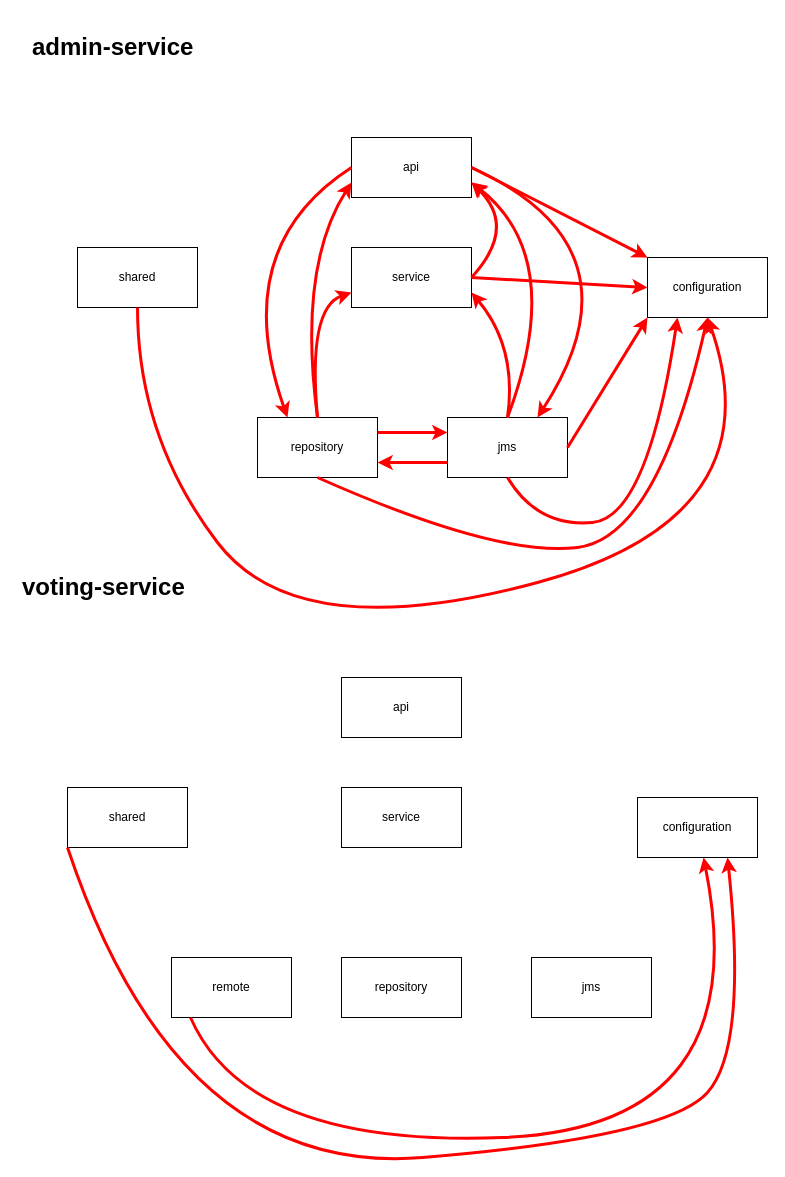
ylked/voting-app keeps this draw.io diagram as page "dépendances" (6 of 7) of documentation/voting-app.drawio. Above is the earlier version. Source tidied: cells renumbered, new cells numbered last; positions are measured from the earlier drawing's top-left corner, leaving out a move shared by most shapes. Both pictures are drawn from the tidied source at 100%, with x=0, y=0 at pixel (17, 27).
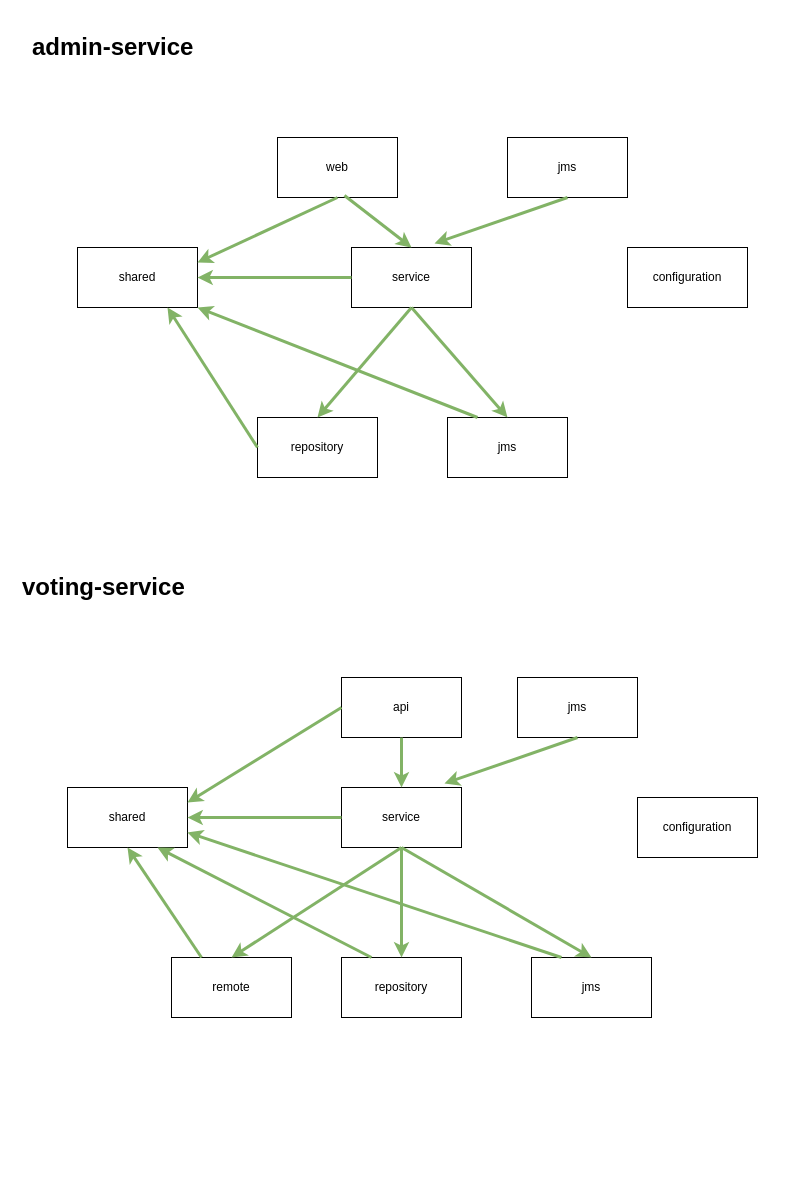
The same diagram, later.

The change refers to these unchanged cells:
```xml
<mxCell id="3" value="service" style="rounded=0;whiteSpace=wrap;html=1;" parent="1" vertex="1">
  <mxGeometry x="334" y="220" width="120" height="60" as="geometry" />
</mxCell>
<mxCell id="4" value="repository" style="rounded=0;whiteSpace=wrap;html=1;" parent="1" vertex="1">
  <mxGeometry x="240" y="390" width="120" height="60" as="geometry" />
</mxCell>
<mxCell id="5" value="jms" style="rounded=0;whiteSpace=wrap;html=1;" parent="1" vertex="1">
  <mxGeometry x="430" y="390" width="120" height="60" as="geometry" />
</mxCell>
<mxCell id="6" value="shared" style="rounded=0;whiteSpace=wrap;html=1;" parent="1" vertex="1">
  <mxGeometry x="60" y="220" width="120" height="60" as="geometry" />
</mxCell>
<mxCell id="9" value="api" style="rounded=0;whiteSpace=wrap;html=1;" parent="1" vertex="1">
  <mxGeometry x="324" y="650" width="120" height="60" as="geometry" />
</mxCell>
<mxCell id="10" value="service" style="rounded=0;whiteSpace=wrap;html=1;" parent="1" vertex="1">
  <mxGeometry x="324" y="760" width="120" height="60" as="geometry" />
</mxCell>
<mxCell id="11" value="repository" style="rounded=0;whiteSpace=wrap;html=1;" parent="1" vertex="1">
  <mxGeometry x="324" y="930" width="120" height="60" as="geometry" />
</mxCell>
<mxCell id="12" value="jms" style="rounded=0;whiteSpace=wrap;html=1;" parent="1" vertex="1">
  <mxGeometry x="514" y="930" width="120" height="60" as="geometry" />
</mxCell>
<mxCell id="13" value="shared" style="rounded=0;whiteSpace=wrap;html=1;" parent="1" vertex="1">
  <mxGeometry x="50" y="760" width="120" height="60" as="geometry" />
</mxCell>
<mxCell id="14" value="configuration" style="rounded=0;whiteSpace=wrap;html=1;" parent="1" vertex="1">
  <mxGeometry x="620" y="770" width="120" height="60" as="geometry" />
</mxCell>
<mxCell id="16" value="remote" style="rounded=0;whiteSpace=wrap;html=1;" parent="1" vertex="1">
  <mxGeometry x="154" y="930" width="120" height="60" as="geometry" />
</mxCell>
```

What changed in the source:
```diff
@@
-    <mxCell id="2" value="api" style="rounded=0;whiteSpace=wrap;html=1;" parent="1" vertex="1">
-      <mxGeometry x="334" y="110" width="120" height="60" as="geometry" />
+    <mxCell id="2" value="web" style="rounded=0;whiteSpace=wrap;html=1;" parent="1" vertex="1">
+      <mxGeometry x="260" y="110" width="120" height="60" as="geometry" />
     </mxCell>
@@
     <mxCell id="7" value="configuration" style="rounded=0;whiteSpace=wrap;html=1;" parent="1" vertex="1">
-      <mxGeometry x="630" y="230" width="120" height="60" as="geometry" />
+      <mxGeometry x="610" y="220" width="120" height="60" as="geometry" />
     </mxCell>
@@
-    <mxCell id="17" parent="0" />
-    <mxCell id="18" style="endArrow=classic;html=1;rounded=0;exitX=1;exitY=0.5;exitDx=0;exitDy=0;entryX=0.75;entryY=0;entryDx=0;entryDy=0;curved=1;strokeColor=#FF0000;strokeWidth=3;" parent="17" edge="1">
-      <mxGeometry relative="1" as="geometry">
-        <mxPoint x="454" y="140" as="sourcePoint" />
-        <mxPoint x="520" y="390" as="targetPoint" />
-        <Array as="points">
-          <mxPoint x="630" y="220" />
-        </Array>
-      </mxGeometry>
-    </mxCell>
-    <mxCell id="19" style="endArrow=classic;html=1;rounded=0;exitX=0;exitY=0.5;exitDx=0;exitDy=0;entryX=0.25;entryY=0;entryDx=0;entryDy=0;fillColor=#f8cecc;strokeColor=#FF0000;curved=1;strokeWidth=3;" parent="17" edge="1">
-      <mxGeometry relative="1" as="geometry">
-        <mxPoint x="334" y="140" as="sourcePoint" />
-        <mxPoint x="270" y="390" as="targetPoint" />
-        <Array as="points">
-          <mxPoint x="210" y="220" />
-        </Array>
-      </mxGeometry>
-    </mxCell>
-    <mxCell id="20" style="endArrow=classic;html=1;rounded=0;exitX=1;exitY=0.5;exitDx=0;exitDy=0;entryX=1;entryY=0.75;entryDx=0;entryDy=0;strokeColor=#FF0000;curved=1;strokeWidth=3;" parent="17" edge="1">
-      <mxGeometry relative="1" as="geometry">
-        <mxPoint x="454" y="250" as="sourcePoint" />
-        <mxPoint x="454" y="155" as="targetPoint" />
-        <Array as="points">
-          <mxPoint x="500" y="200" />
-        </Array>
-      </mxGeometry>
-    </mxCell>
-    <mxCell id="21" style="endArrow=classic;html=1;rounded=0;exitX=0.5;exitY=0;exitDx=0;exitDy=0;entryX=0;entryY=0.75;entryDx=0;entryDy=0;strokeColor=#FF0000;curved=1;strokeWidth=3;" parent="17" edge="1">
-      <mxGeometry relative="1" as="geometry">
-        <mxPoint x="300" y="390" as="sourcePoint" />
-        <mxPoint x="334" y="265" as="targetPoint" />
-        <Array as="points">
-          <mxPoint x="290" y="280" />
-        </Array>
-      </mxGeometry>
-    </mxCell>
-    <mxCell id="22" style="endArrow=classic;html=1;rounded=0;entryX=0;entryY=0.75;entryDx=0;entryDy=0;curved=1;strokeColor=#FF0000;strokeWidth=3;" parent="17" edge="1">
-      <mxGeometry relative="1" as="geometry">
-        <mxPoint x="300" y="390" as="sourcePoint" />
-        <mxPoint x="334" y="155" as="targetPoint" />
-        <Array as="points">
-          <mxPoint x="280" y="240" />
-        </Array>
-      </mxGeometry>
-    </mxCell>
-    <mxCell id="23" style="endArrow=classic;html=1;rounded=0;entryX=0;entryY=0.25;entryDx=0;entryDy=0;exitX=1;exitY=0.25;exitDx=0;exitDy=0;strokeColor=#FF0000;strokeWidth=3;" parent="17" edge="1">
-      <mxGeometry relative="1" as="geometry">
-        <mxPoint x="360" y="405" as="sourcePoint" />
-        <mxPoint x="430" y="405" as="targetPoint" />
-      </mxGeometry>
-    </mxCell>
-    <mxCell id="24" style="endArrow=classic;html=1;rounded=0;exitX=0;exitY=0.75;exitDx=0;exitDy=0;entryX=1;entryY=0.75;entryDx=0;entryDy=0;strokeColor=#FF0000;strokeWidth=3;" parent="17" edge="1">
-      <mxGeometry relative="1" as="geometry">
-        <mxPoint x="430" y="435" as="sourcePoint" />
-        <mxPoint x="360" y="435" as="targetPoint" />
-      </mxGeometry>
-    </mxCell>
-    <mxCell id="25" style="endArrow=classic;html=1;rounded=0;exitX=0.5;exitY=0;exitDx=0;exitDy=0;entryX=1;entryY=0.75;entryDx=0;entryDy=0;strokeColor=#FF0000;curved=1;strokeWidth=3;" parent="17" edge="1">
-      <mxGeometry relative="1" as="geometry">
-        <mxPoint x="490" y="390" as="sourcePoint" />
-        <mxPoint x="454" y="265" as="targetPoint" />
-        <Array as="points">
-          <mxPoint x="500" y="320" />
-        </Array>
-      </mxGeometry>
-    </mxCell>
-    <mxCell id="26" style="endArrow=classic;html=1;rounded=0;exitX=0.5;exitY=0;exitDx=0;exitDy=0;entryX=1;entryY=0.75;entryDx=0;entryDy=0;strokeColor=#FF0000;curved=1;strokeWidth=3;" parent="17" edge="1">
-      <mxGeometry relative="1" as="geometry">
-        <mxPoint x="490" y="390" as="sourcePoint" />
-        <mxPoint x="454" y="155" as="targetPoint" />
-        <Array as="points">
-          <mxPoint x="550" y="230" />
-        </Array>
-      </mxGeometry>
-    </mxCell>
-    <mxCell id="27" style="endArrow=classic;html=1;rounded=0;exitX=1;exitY=0.5;exitDx=0;exitDy=0;entryX=0;entryY=0;entryDx=0;entryDy=0;strokeColor=#FF0000;strokeWidth=3;" parent="17" edge="1" source="2" target="7">
-      <mxGeometry relative="1" as="geometry" />
-    </mxCell>
-    <mxCell id="28" style="endArrow=classic;html=1;rounded=0;exitX=1;exitY=0.5;exitDx=0;exitDy=0;entryX=0;entryY=0.5;entryDx=0;entryDy=0;strokeColor=#FF0000;strokeWidth=3;" parent="17" edge="1" source="3" target="7">
-      <mxGeometry relative="1" as="geometry" />
-    </mxCell>
-    <mxCell id="29" style="endArrow=classic;html=1;rounded=0;exitX=1;exitY=0.5;exitDx=0;exitDy=0;strokeColor=#FF0000;strokeWidth=3;" parent="17" edge="1" source="5">
-      <mxGeometry relative="1" as="geometry">
-        <mxPoint x="630" y="290" as="targetPoint" />
-      </mxGeometry>
-    </mxCell>
-    <mxCell id="30" style="endArrow=classic;html=1;rounded=0;exitX=0.5;exitY=1;exitDx=0;exitDy=0;entryX=0.5;entryY=1;entryDx=0;entryDy=0;curved=1;strokeColor=#FF0000;strokeWidth=3;" parent="17" edge="1" source="4" target="7">
-      <mxGeometry relative="1" as="geometry">
-        <Array as="points">
-          <mxPoint x="480" y="530" />
-          <mxPoint x="640" y="510" />
-        </Array>
-      </mxGeometry>
-    </mxCell>
-    <mxCell id="31" style="endArrow=classic;html=1;rounded=0;exitX=0.5;exitY=1;exitDx=0;exitDy=0;entryX=0.5;entryY=1;entryDx=0;entryDy=0;curved=1;strokeColor=#FF0000;strokeWidth=3;" parent="17" edge="1" source="6" target="7">
-      <mxGeometry relative="1" as="geometry">
-        <Array as="points">
-          <mxPoint x="120" y="410" />
-          <mxPoint x="280" y="620" />
-          <mxPoint x="760" y="490" />
-        </Array>
-      </mxGeometry>
-    </mxCell>
-    <mxCell id="32" style="endArrow=classic;html=1;rounded=0;exitX=0;exitY=1;exitDx=0;exitDy=0;entryX=0.75;entryY=1;entryDx=0;entryDy=0;curved=1;strokeColor=#FF0000;strokeWidth=3;" parent="17" edge="1" source="13" target="14">
-      <mxGeometry relative="1" as="geometry">
-        <Array as="points">
-          <mxPoint x="160" y="1150" />
-          <mxPoint x="650" y="1110" />
-          <mxPoint x="730" y="1020" />
-        </Array>
-      </mxGeometry>
-    </mxCell>
-    <mxCell id="33" style="endArrow=classic;html=1;rounded=0;exitX=0.158;exitY=1;exitDx=0;exitDy=0;curved=1;strokeColor=#FF0000;strokeWidth=3;exitPerimeter=0;" parent="17" edge="1" source="16" target="14">
-      <mxGeometry relative="1" as="geometry">
-        <Array as="points">
-          <mxPoint x="230" y="1120" />
-          <mxPoint x="740" y="1100" />
-        </Array>
-      </mxGeometry>
-    </mxCell>
-    <mxCell id="34" style="endArrow=classic;html=1;rounded=0;exitX=0.5;exitY=1;exitDx=0;exitDy=0;entryX=0.25;entryY=1;entryDx=0;entryDy=0;curved=1;strokeColor=#FF0000;strokeWidth=3;" parent="17" edge="1" source="5" target="7">
-      <mxGeometry relative="1" as="geometry">
-        <Array as="points">
-          <mxPoint x="520" y="500" />
-          <mxPoint x="630" y="490" />
-        </Array>
-      </mxGeometry>
-    </mxCell>
+    <mxCell id="35" parent="0" />
+    <mxCell id="36" style="endArrow=classic;html=1;rounded=0;fillColor=#d5e8d4;strokeColor=#82b366;strokeWidth=3;exitX=0.558;exitY=0.967;exitDx=0;exitDy=0;exitPerimeter=0;" parent="35" edge="1" source="2">
+      <mxGeometry relative="1" as="geometry">
+        <mxPoint x="394" y="220" as="targetPoint" />
+      </mxGeometry>
+    </mxCell>
+    <mxCell id="37" style="endArrow=classic;html=1;rounded=0;exitX=0.5;exitY=1;exitDx=0;exitDy=0;entryX=0.5;entryY=0;entryDx=0;entryDy=0;fillColor=#d5e8d4;strokeColor=#82b366;strokeWidth=3;" parent="35" edge="1" target="4">
+      <mxGeometry relative="1" as="geometry">
+        <mxPoint x="394" y="280" as="sourcePoint" />
+      </mxGeometry>
+    </mxCell>
+    <mxCell id="38" style="endArrow=classic;html=1;rounded=0;exitX=0.5;exitY=1;exitDx=0;exitDy=0;entryX=0.5;entryY=0;entryDx=0;entryDy=0;fillColor=#d5e8d4;strokeColor=#82b366;strokeWidth=3;" parent="35" edge="1" target="5">
+      <mxGeometry relative="1" as="geometry">
+        <mxPoint x="394" y="280" as="sourcePoint" />
+      </mxGeometry>
+    </mxCell>
+    <mxCell id="39" style="endArrow=classic;html=1;rounded=0;exitX=0.5;exitY=1;exitDx=0;exitDy=0;fillColor=#d5e8d4;strokeColor=#82b366;strokeWidth=3;entryX=1;entryY=0.25;entryDx=0;entryDy=0;" parent="35" edge="1" source="2" target="6">
+      <mxGeometry relative="1" as="geometry" />
+    </mxCell>
+    <mxCell id="40" style="endArrow=classic;html=1;rounded=0;exitX=0;exitY=0.5;exitDx=0;exitDy=0;fillColor=#d5e8d4;strokeColor=#82b366;strokeWidth=3;entryX=1;entryY=0.5;entryDx=0;entryDy=0;" parent="35" edge="1" target="6">
+      <mxGeometry relative="1" as="geometry">
+        <mxPoint x="334" y="250" as="sourcePoint" />
+      </mxGeometry>
+    </mxCell>
+    <mxCell id="41" style="endArrow=classic;html=1;rounded=0;exitX=0;exitY=0.5;exitDx=0;exitDy=0;entryX=0.75;entryY=1;entryDx=0;entryDy=0;fillColor=#d5e8d4;strokeColor=#82b366;strokeWidth=3;" parent="35" edge="1" target="6">
+      <mxGeometry relative="1" as="geometry">
+        <mxPoint x="240" y="420" as="sourcePoint" />
+      </mxGeometry>
+    </mxCell>
+    <mxCell id="42" style="endArrow=classic;html=1;rounded=0;exitX=0.5;exitY=1;exitDx=0;exitDy=0;fillColor=#d5e8d4;strokeColor=#82b366;strokeWidth=3;" parent="35" edge="1" source="9" target="10">
+      <mxGeometry relative="1" as="geometry" />
+    </mxCell>
+    <mxCell id="43" style="endArrow=classic;html=1;rounded=0;exitX=0.5;exitY=1;exitDx=0;exitDy=0;fillColor=#d5e8d4;strokeColor=#82b366;strokeWidth=3;entryX=0.5;entryY=0;entryDx=0;entryDy=0;" parent="35" edge="1" source="10" target="16">
+      <mxGeometry relative="1" as="geometry" />
+    </mxCell>
+    <mxCell id="44" style="endArrow=classic;html=1;rounded=0;exitX=0.5;exitY=1;exitDx=0;exitDy=0;fillColor=#d5e8d4;strokeColor=#82b366;strokeWidth=3;entryX=0.5;entryY=0;entryDx=0;entryDy=0;" parent="35" edge="1" source="10" target="11">
+      <mxGeometry relative="1" as="geometry" />
+    </mxCell>
+    <mxCell id="45" style="endArrow=classic;html=1;rounded=0;exitX=0.5;exitY=1;exitDx=0;exitDy=0;fillColor=#d5e8d4;strokeColor=#82b366;strokeWidth=3;entryX=0.5;entryY=0;entryDx=0;entryDy=0;" parent="35" edge="1" source="10" target="12">
+      <mxGeometry relative="1" as="geometry" />
+    </mxCell>
+    <mxCell id="46" style="endArrow=classic;html=1;rounded=0;exitX=0;exitY=0.5;exitDx=0;exitDy=0;fillColor=#d5e8d4;strokeColor=#82b366;strokeWidth=3;entryX=1;entryY=0.25;entryDx=0;entryDy=0;" parent="35" edge="1" source="9" target="13">
+      <mxGeometry relative="1" as="geometry" />
+    </mxCell>
+    <mxCell id="47" style="endArrow=classic;html=1;rounded=0;exitX=0;exitY=0.5;exitDx=0;exitDy=0;fillColor=#d5e8d4;strokeColor=#82b366;strokeWidth=3;entryX=1;entryY=0.5;entryDx=0;entryDy=0;" parent="35" edge="1" source="10" target="13">
+      <mxGeometry relative="1" as="geometry" />
+    </mxCell>
+    <mxCell id="48" style="endArrow=classic;html=1;rounded=0;exitX=0.25;exitY=0;exitDx=0;exitDy=0;fillColor=#d5e8d4;strokeColor=#82b366;strokeWidth=3;entryX=0.5;entryY=1;entryDx=0;entryDy=0;" parent="35" edge="1" source="16" target="13">
+      <mxGeometry relative="1" as="geometry" />
+    </mxCell>
+    <mxCell id="49" style="endArrow=classic;html=1;rounded=0;exitX=0.25;exitY=0;exitDx=0;exitDy=0;fillColor=#d5e8d4;strokeColor=#82b366;strokeWidth=3;entryX=0.75;entryY=1;entryDx=0;entryDy=0;" parent="35" edge="1" source="11" target="13">
+      <mxGeometry relative="1" as="geometry" />
+    </mxCell>
+    <mxCell id="50" style="endArrow=classic;html=1;rounded=0;exitX=0.25;exitY=0;exitDx=0;exitDy=0;fillColor=#d5e8d4;strokeColor=#82b366;strokeWidth=3;entryX=1;entryY=0.75;entryDx=0;entryDy=0;" parent="35" edge="1" source="12" target="13">
+      <mxGeometry relative="1" as="geometry" />
+    </mxCell>
+    <mxCell id="51" style="endArrow=classic;html=1;rounded=0;exitX=0.25;exitY=0;exitDx=0;exitDy=0;fillColor=#d5e8d4;strokeColor=#82b366;strokeWidth=3;entryX=1;entryY=1;entryDx=0;entryDy=0;" parent="35" edge="1" source="5" target="6">
+      <mxGeometry relative="1" as="geometry" />
+    </mxCell>
+    <mxCell id="52" value="jms" style="rounded=0;whiteSpace=wrap;html=1;" parent="35" vertex="1">
+      <mxGeometry x="490" y="110" width="120" height="60" as="geometry" />
+    </mxCell>
+    <mxCell id="53" style="endArrow=classic;html=1;rounded=0;fillColor=#d5e8d4;strokeColor=#82b366;strokeWidth=3;exitX=0.5;exitY=1;exitDx=0;exitDy=0;entryX=0.692;entryY=-0.067;entryDx=0;entryDy=0;entryPerimeter=0;" parent="35" edge="1" source="52" target="3">
+      <mxGeometry relative="1" as="geometry" />
+    </mxCell>
+    <mxCell id="54" value="jms" style="rounded=0;whiteSpace=wrap;html=1;" parent="35" vertex="1">
+      <mxGeometry x="500" y="650" width="120" height="60" as="geometry" />
+    </mxCell>
+    <mxCell id="55" style="endArrow=classic;html=1;rounded=0;fillColor=#d5e8d4;strokeColor=#82b366;strokeWidth=3;exitX=0.5;exitY=1;exitDx=0;exitDy=0;entryX=0.692;entryY=-0.067;entryDx=0;entryDy=0;entryPerimeter=0;" parent="35" edge="1" source="54">
+      <mxGeometry relative="1" as="geometry">
+        <mxPoint x="427" y="756" as="targetPoint" />
+      </mxGeometry>
+    </mxCell>
```
